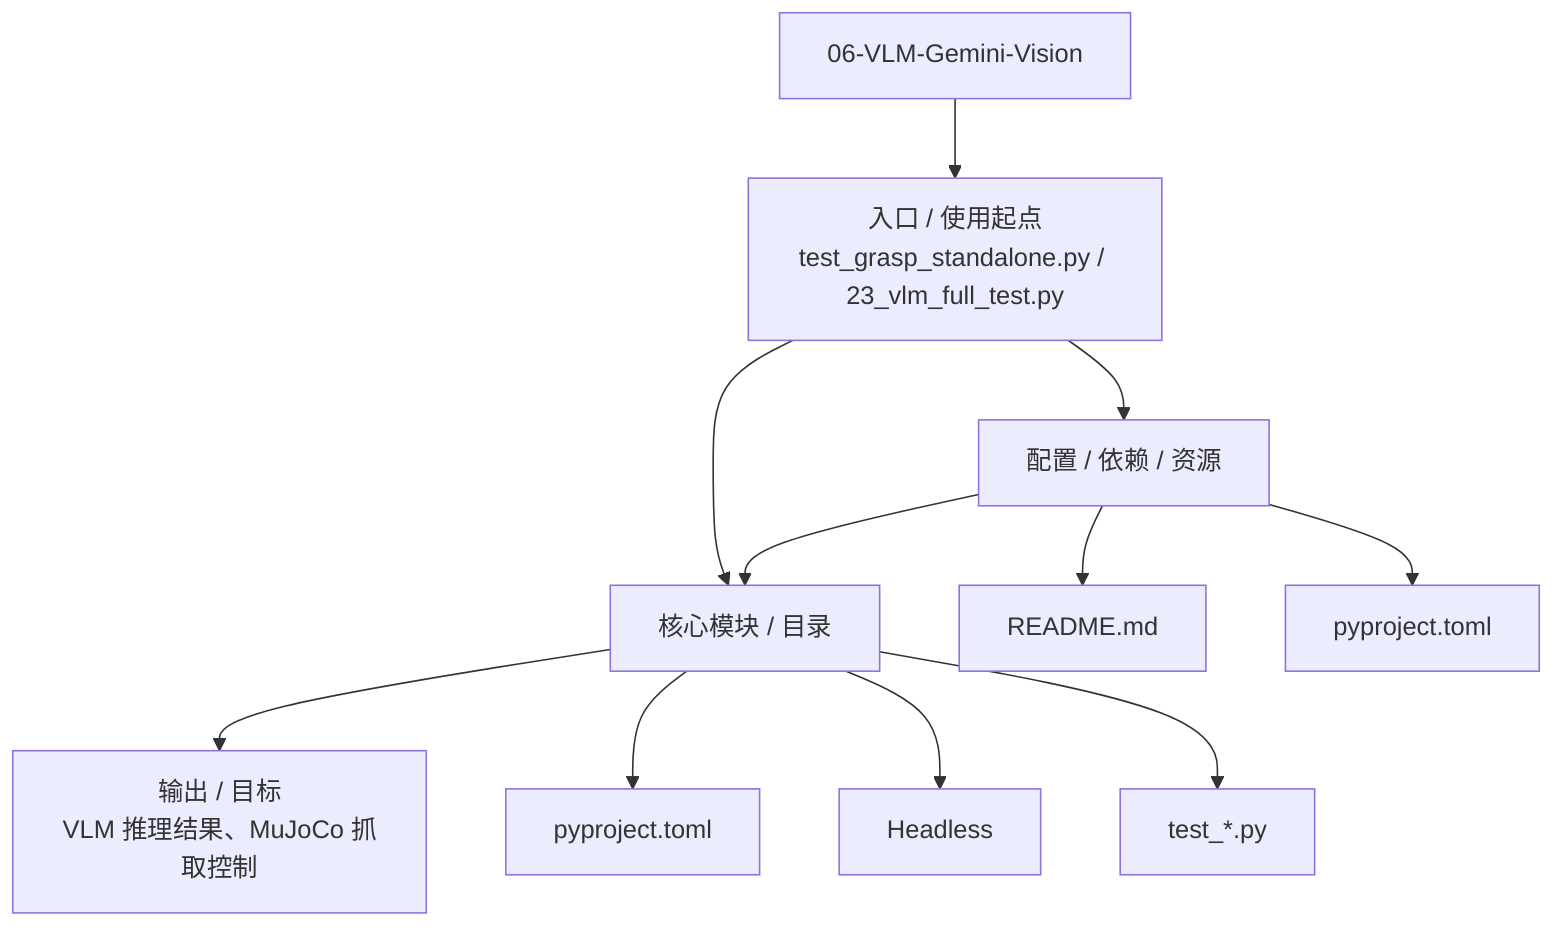
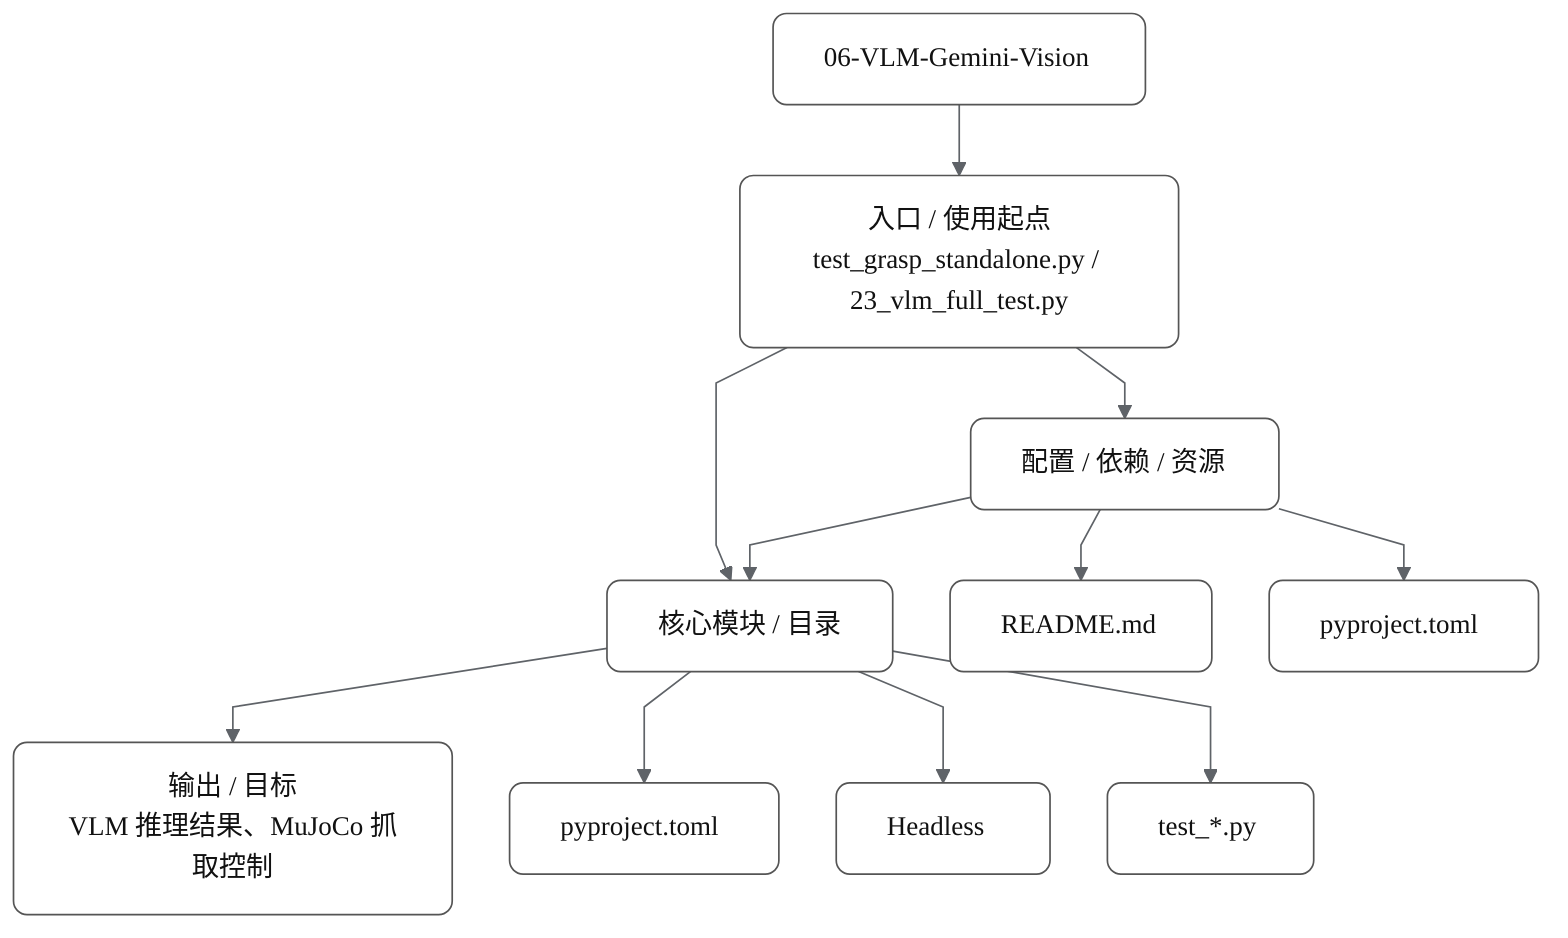
- flowchart TD
+ ---
+ config:
+   theme: base
+   look: classic
+   flowchart:
+     curve: linear
+     htmlLabels: true
+     nodeSpacing: 34
+     rankSpacing: 42
+   themeVariables:
+     background: "#ffffff"
+     fontFamily: "Noto Sans CJK SC, Noto Sans SC, PingFang SC, Microsoft YaHei, Arial, sans-serif"
+     fontSize: "16px"
+     primaryColor: "#ffffff"
+     primaryTextColor: "#111111"
+     primaryBorderColor: "#555555"
+     secondaryColor: "#edf4fb"
+     tertiaryColor: "#fff7e8"
+     lineColor: "#5f6368"
+     edgeLabelBackground: "#ffffff"
+     clusterBkg: "#ffffff"
+     clusterBorder: "#777777"
+   themeCSS: ".node rect { rx: 8px; ry: 8px; } .cluster rect { rx: 8px; ry: 8px; stroke-dasharray: 7 6; }"
+ ---
+ flowchart TB
    A["06-VLM-Gemini-Vision"]
    B["入口 / 使用起点\ntest_grasp_standalone.py / 23_vlm_full_test.py"]
    C["核心模块 / 目录"]
    D["配置 / 依赖 / 资源"]
    E["输出 / 目标\nVLM 推理结果、MuJoCo 抓取控制"]
    A --> B
    B --> C
    B --> D
    C --> E
    D --> C
    C --> C1["pyproject.toml"]
    C --> C2["Headless"]
    C --> C3["test_*.py"]
    D --> D1["README.md"]
    D --> D2["pyproject.toml"]
